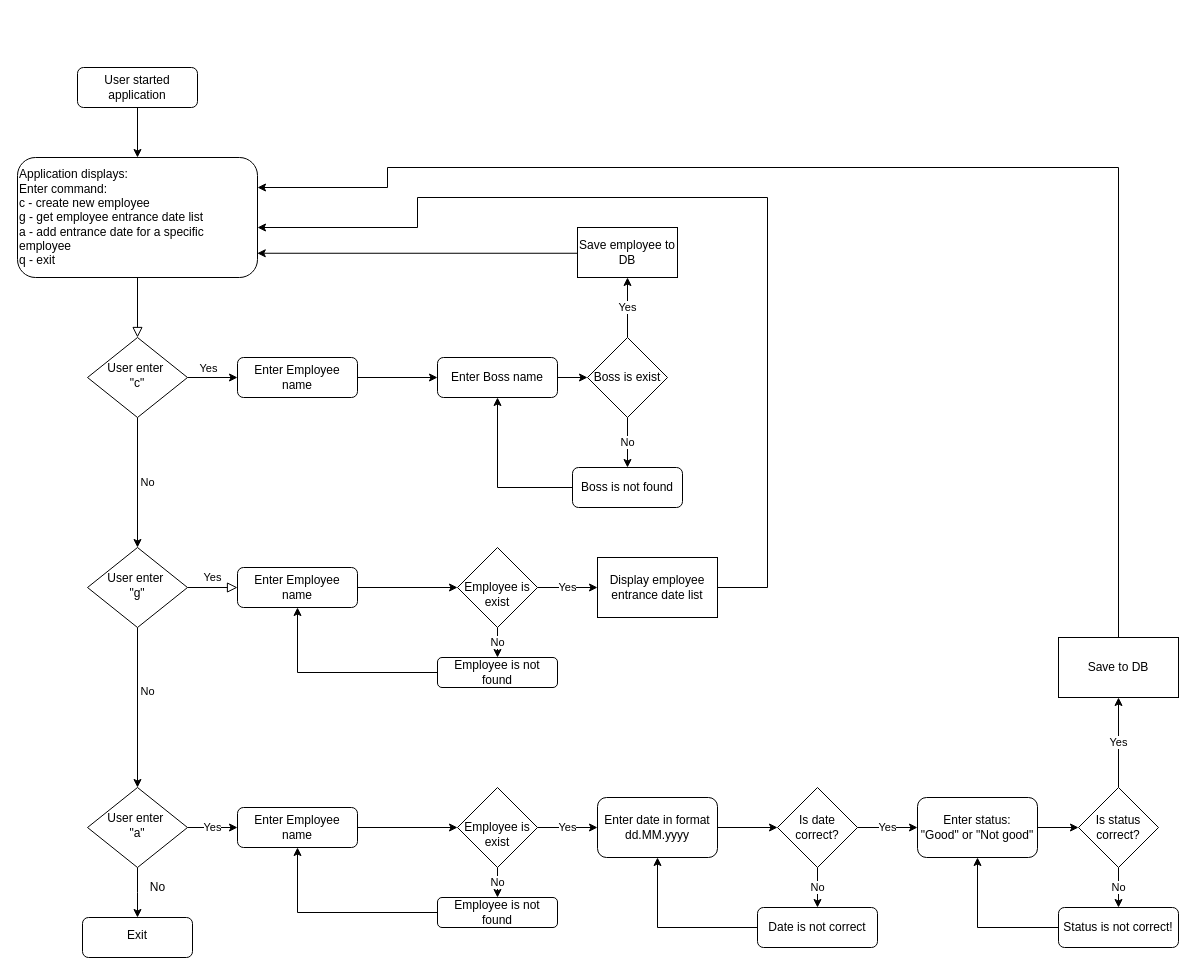
MargoSamo/EmployeeAndChief keeps this draw.io diagram as SequenceDiagram.drawio. Above is the earlier version. Source tidied: cells renumbered, new cells numbered last; positions are measured from the earlier drawing's top-left corner, leaving out a move shared by most shapes. Both pictures are drawn from the tidied source at 100%, with x=0, y=0 at pixel (17, 67).
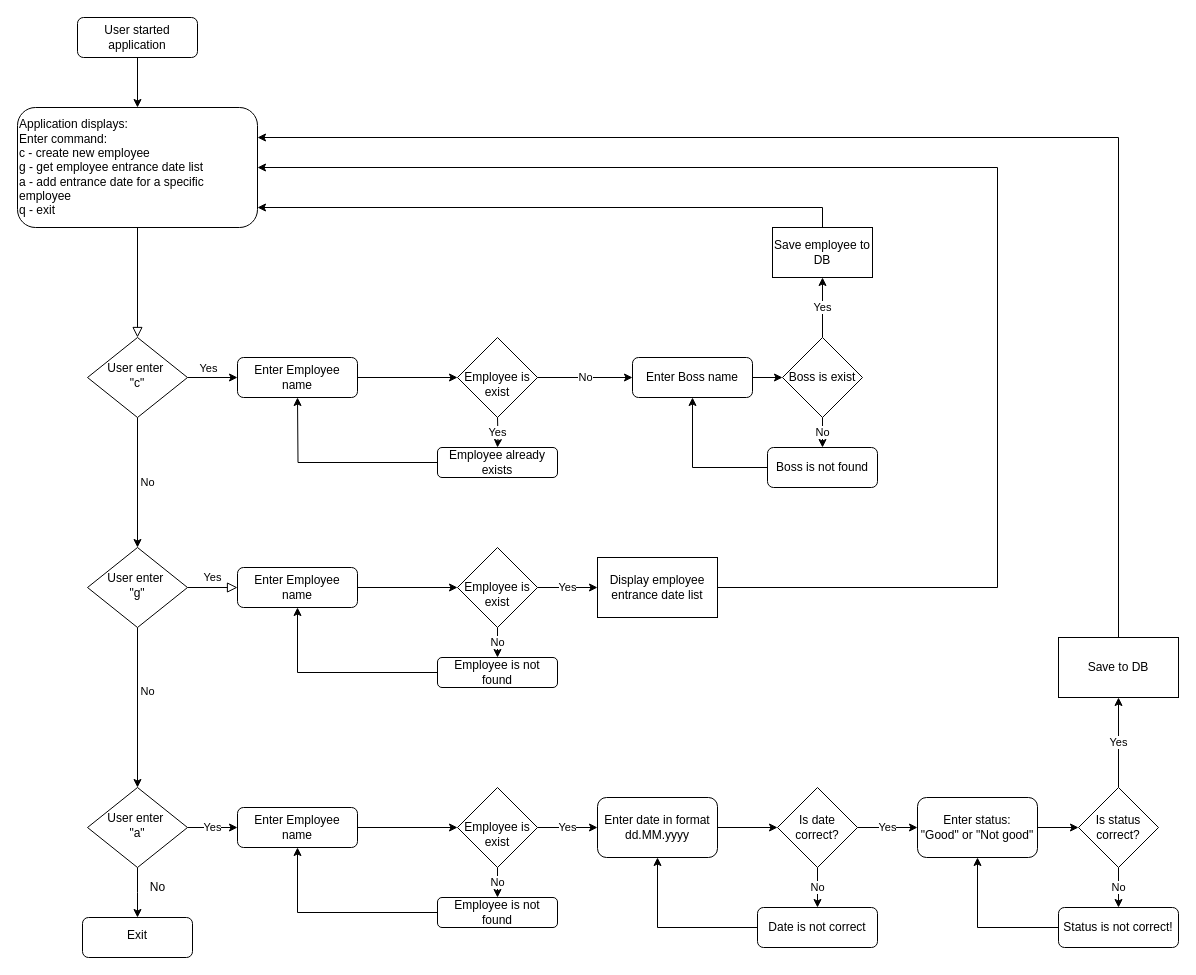
Above is the later version.

Unchanged cells that the change refers to:
```xml
<mxCell id="9" value="Enter Employee name" style="rounded=1;whiteSpace=wrap;html=1;fontSize=12;glass=0;strokeWidth=1;shadow=0;" parent="1" vertex="1">
  <mxGeometry x="220" y="290" width="120" height="40" as="geometry" />
</mxCell>
<mxCell id="35" value="Display employee entrance date list" style="whiteSpace=wrap;html=1;rounded=0;glass=0;strokeWidth=1;shadow=0;" parent="1" vertex="1">
  <mxGeometry x="580" y="490" width="120" height="60" as="geometry" />
</mxCell>
<mxCell id="56" value="Save to DB" style="whiteSpace=wrap;html=1;rounded=0;glass=0;strokeWidth=1;shadow=0;" parent="1" vertex="1">
  <mxGeometry x="1041" y="570" width="120" height="60" as="geometry" />
</mxCell>
```

The edit, as a diff of the source:
```diff
@@
     <mxCell id="3" value="Application displays:&lt;br&gt;Enter command:&lt;br&gt;c - create new employee&lt;br&gt;g - get employee entrance date list&lt;br&gt;a - add entrance date for a specific employee&lt;br&gt;q - exit" style="rounded=1;whiteSpace=wrap;html=1;fontSize=12;glass=0;strokeWidth=1;shadow=0;align=left;" parent="1" vertex="1">
-      <mxGeometry y="90" width="240" height="120" as="geometry" />
+      <mxGeometry y="40" width="240" height="120" as="geometry" />
     </mxCell>
@@
-    <mxCell id="8" style="edgeStyle=orthogonalEdgeStyle;rounded=0;jettySize=auto;html=1;" parent="1" edge="1" source="9" target="23">
-      <mxGeometry relative="1" as="geometry" />
-    </mxCell>
@@
     <mxCell id="16" value="User started application" style="rounded=1;whiteSpace=wrap;html=1;fontSize=12;glass=0;strokeWidth=1;shadow=0;" parent="1" vertex="1">
-      <mxGeometry x="60" width="120" height="40" as="geometry" />
+      <mxGeometry x="60" y="-50" width="120" height="40" as="geometry" />
     </mxCell>
@@
     <mxCell id="23" value="Enter Boss name" style="rounded=1;whiteSpace=wrap;html=1;fontSize=12;glass=0;strokeWidth=1;shadow=0;" parent="1" vertex="1">
-      <mxGeometry x="420" y="290" width="120" height="40" as="geometry" />
+      <mxGeometry x="615" y="290" width="120" height="40" as="geometry" />
     </mxCell>
@@
     <mxCell id="26" value="Boss is exist" style="rhombus;whiteSpace=wrap;html=1;" parent="1" vertex="1">
-      <mxGeometry x="570" y="270" width="80" height="80" as="geometry" />
+      <mxGeometry x="765" y="270" width="80" height="80" as="geometry" />
     </mxCell>
-    <mxCell id="27" style="edgeStyle=orthogonalEdgeStyle;rounded=0;jettySize=auto;html=1;entryX=0.999;entryY=0.798;entryDx=0;entryDy=0;entryPerimeter=0;" parent="1" edge="1" source="28" target="3">
+    <mxCell id="27" style="edgeStyle=orthogonalEdgeStyle;rounded=0;jettySize=auto;html=1;" parent="1" edge="1" source="28">
       <mxGeometry relative="1" as="geometry">
+        <mxPoint x="240" y="140" as="targetPoint" />
         <Array as="points">
-          <mxPoint x="240" y="185" />
+          <mxPoint x="805" y="140" />
+          <mxPoint x="240" y="140" />
         </Array>
       </mxGeometry>
     </mxCell>
     <mxCell id="28" value="Save employee to DB" style="whiteSpace=wrap;html=1;" parent="1" vertex="1">
-      <mxGeometry x="560" y="160" width="100" height="50" as="geometry" />
+      <mxGeometry x="755" y="160" width="100" height="50" as="geometry" />
     </mxCell>
@@
     <mxCell id="30" value="Boss is not found" style="rounded=1;whiteSpace=wrap;html=1;" parent="1" vertex="1">
-      <mxGeometry x="555" y="400" width="110" height="40" as="geometry" />
+      <mxGeometry x="750" y="380" width="110" height="40" as="geometry" />
     </mxCell>
@@
     <mxCell id="34" style="edgeStyle=orthogonalEdgeStyle;rounded=0;jettySize=auto;html=1;" parent="1" edge="1" source="35" target="3">
       <mxGeometry relative="1" as="geometry">
         <Array as="points">
-          <mxPoint x="750" y="520" />
-          <mxPoint x="750" y="130" />
-          <mxPoint x="400" y="130" />
-          <mxPoint x="400" y="160" />
+          <mxPoint x="980" y="520" />
+          <mxPoint x="980" y="100" />
         </Array>
       </mxGeometry>
     </mxCell>
@@
     <mxCell id="55" style="edgeStyle=orthogonalEdgeStyle;rounded=0;jettySize=auto;html=1;entryX=1;entryY=0.25;entryDx=0;entryDy=0;" parent="1" edge="1" source="56" target="3">
       <mxGeometry relative="1" as="geometry">
         <Array as="points">
-          <mxPoint x="1101" y="100" />
-          <mxPoint x="370" y="100" />
-          <mxPoint x="370" y="120" />
+          <mxPoint x="1101" y="70" />
         </Array>
       </mxGeometry>
     </mxCell>
@@
+    <mxCell id="61" value="&lt;br&gt;Employee is exist" style="rhombus;whiteSpace=wrap;html=1;rounded=0;glass=0;strokeWidth=1;shadow=0;" parent="1" vertex="1">
+      <mxGeometry x="440" y="270" width="80" height="80" as="geometry" />
+    </mxCell>
+    <mxCell id="62" style="endArrow=classic;html=1;rounded=0;exitX=1;exitY=0.5;exitDx=0;exitDy=0;entryX=0;entryY=0.5;entryDx=0;entryDy=0;" parent="1" edge="1" source="9" target="61">
+      <mxGeometry relative="1" as="geometry" />
+    </mxCell>
+    <mxCell id="63" value="No" style="endArrow=classic;html=1;rounded=0;exitX=1;exitY=0.5;exitDx=0;exitDy=0;entryX=0;entryY=0.5;entryDx=0;entryDy=0;" parent="1" edge="1" source="61" target="23">
+      <mxGeometry relative="1" as="geometry" />
+    </mxCell>
+    <mxCell id="64" value="Yes" style="edgeStyle=orthogonalEdgeStyle;rounded=0;jettySize=auto;html=1;" parent="1" edge="1" target="66">
+      <mxGeometry relative="1" as="geometry">
+        <mxPoint x="480" y="350" as="sourcePoint" />
+      </mxGeometry>
+    </mxCell>
+    <mxCell id="65" style="edgeStyle=orthogonalEdgeStyle;rounded=0;jettySize=auto;html=1;entryX=0.5;entryY=1;entryDx=0;entryDy=0;" parent="1" edge="1" source="66">
+      <mxGeometry relative="1" as="geometry">
+        <mxPoint x="280" y="330" as="targetPoint" />
+      </mxGeometry>
+    </mxCell>
+    <mxCell id="66" value="Employee already exists" style="whiteSpace=wrap;html=1;rounded=1;glass=0;strokeWidth=1;shadow=0;" parent="1" vertex="1">
+      <mxGeometry x="420" y="380" width="120" height="30" as="geometry" />
+    </mxCell>
```
